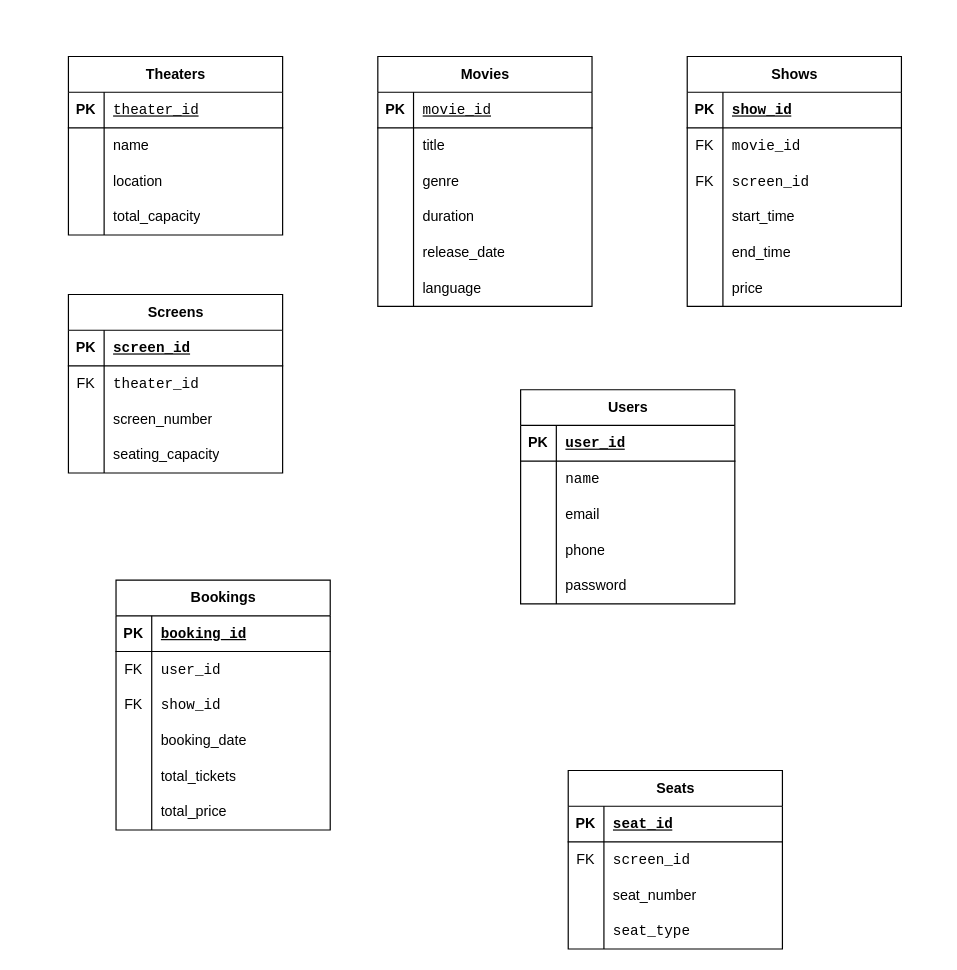
MdShijanAli/movie-ticket-booking-system keeps this draw.io diagram as Movie Ticket Management System.drawio. Above is the earlier version. Source tidied: cells renumbered, new cells numbered last; positions are measured from the earlier drawing's top-left corner, leaving out a move shared by most shapes. Both pictures are drawn from the tidied source at 119%, with x=0, y=0 at pixel (68, 56).
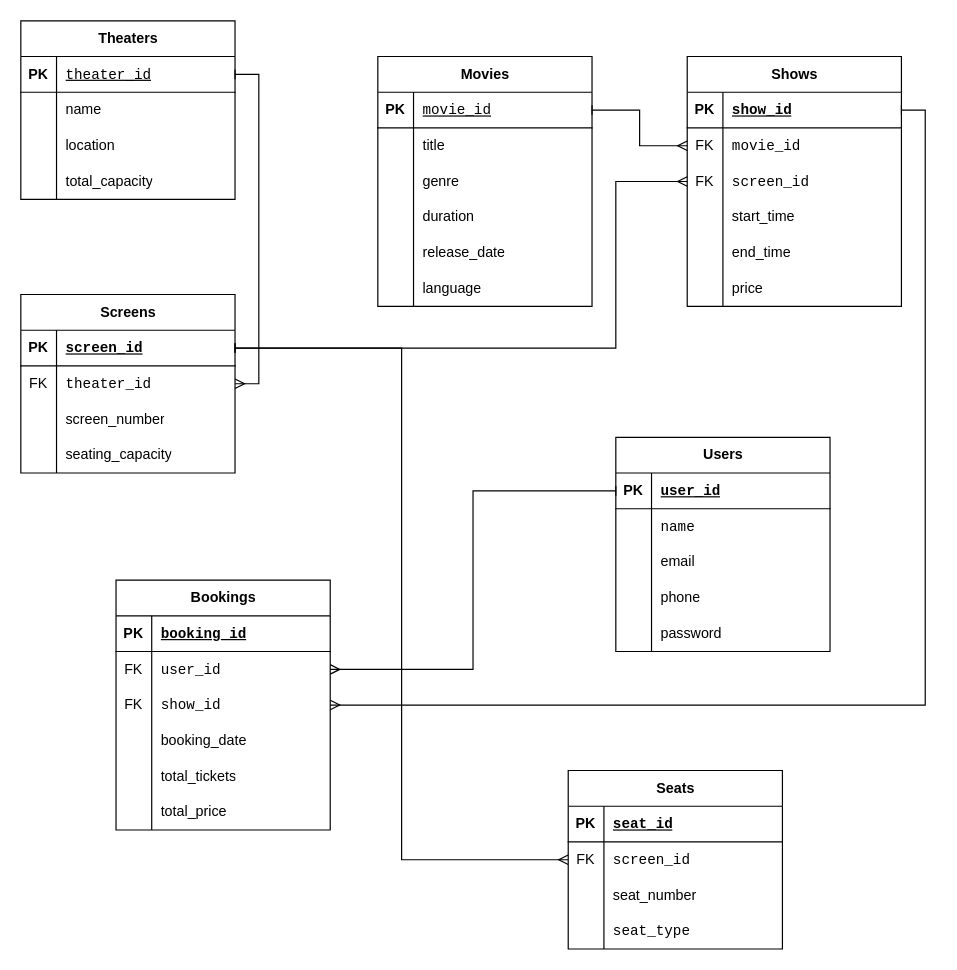
The same page after the edit.

Unchanged cells that the change refers to:
```xml
<mxCell id="3" style="shape=tableRow;horizontal=0;startSize=0;swimlaneHead=0;swimlaneBody=0;fillColor=none;points=[[0,0.5],[1,0.5]];portConstraint=eastwest;top=0;left=0;right=0;bottom=1;" parent="2" vertex="1">
  <mxGeometry y="30" width="180" height="30" as="geometry" />
</mxCell>
<mxCell id="22" style="shape=tableRow;horizontal=0;startSize=0;swimlaneHead=0;swimlaneBody=0;fillColor=none;points=[[0,0.5],[1,0.5]];portConstraint=eastwest;top=0;left=0;right=0;bottom=1;" parent="21" vertex="1">
  <mxGeometry y="30" width="180" height="30" as="geometry" />
</mxCell>
<mxCell id="35" style="shape=tableRow;horizontal=0;startSize=0;swimlaneHead=0;swimlaneBody=0;fillColor=none;points=[[0,0.5],[1,0.5]];portConstraint=eastwest;top=0;left=0;right=0;bottom=1;" parent="34" vertex="1">
  <mxGeometry y="30" width="180" height="30" as="geometry" />
</mxCell>
<mxCell id="38" style="shape=tableRow;horizontal=0;startSize=0;swimlaneHead=0;swimlaneBody=0;fillColor=none;points=[[0,0.5],[1,0.5]];portConstraint=eastwest;top=0;left=0;right=0;bottom=0;" parent="34" vertex="1">
  <mxGeometry y="60" width="180" height="30" as="geometry" />
</mxCell>
<mxCell id="48" style="shape=tableRow;horizontal=0;startSize=0;swimlaneHead=0;swimlaneBody=0;fillColor=none;points=[[0,0.5],[1,0.5]];portConstraint=eastwest;top=0;left=0;right=0;bottom=1;" parent="47" vertex="1">
  <mxGeometry y="30" width="180" height="30" as="geometry" />
</mxCell>
<mxCell id="51" style="shape=tableRow;horizontal=0;startSize=0;swimlaneHead=0;swimlaneBody=0;fillColor=none;points=[[0,0.5],[1,0.5]];portConstraint=eastwest;top=0;left=0;right=0;bottom=0;" parent="47" vertex="1">
  <mxGeometry y="60" width="180" height="30" as="geometry" />
</mxCell>
<mxCell id="54" style="shape=tableRow;horizontal=0;startSize=0;swimlaneHead=0;swimlaneBody=0;fillColor=none;points=[[0,0.5],[1,0.5]];portConstraint=eastwest;top=0;left=0;right=0;bottom=0;" parent="47" vertex="1">
  <mxGeometry y="90" width="180" height="30" as="geometry" />
</mxCell>
<mxCell id="67" style="shape=tableRow;horizontal=0;startSize=0;swimlaneHead=0;swimlaneBody=0;fillColor=none;points=[[0,0.5],[1,0.5]];portConstraint=eastwest;top=0;left=0;right=0;bottom=1;" parent="66" vertex="1">
  <mxGeometry y="30" width="180" height="30" as="geometry" />
</mxCell>
<mxCell id="86" style="shape=tableRow;horizontal=0;startSize=0;swimlaneHead=0;swimlaneBody=0;fillColor=none;points=[[0,0.5],[1,0.5]];portConstraint=eastwest;top=0;left=0;right=0;bottom=0;" parent="82" vertex="1">
  <mxGeometry y="60" width="180" height="30" as="geometry" />
</mxCell>
<mxCell id="89" style="shape=tableRow;horizontal=0;startSize=0;swimlaneHead=0;swimlaneBody=0;fillColor=none;points=[[0,0.5],[1,0.5]];portConstraint=eastwest;top=0;left=0;right=0;bottom=0;" parent="82" vertex="1">
  <mxGeometry y="90" width="180" height="30" as="geometry" />
</mxCell>
<mxCell id="105" style="shape=tableRow;horizontal=0;startSize=0;swimlaneHead=0;swimlaneBody=0;fillColor=none;points=[[0,0.5],[1,0.5]];portConstraint=eastwest;top=0;left=0;right=0;bottom=0;" parent="101" vertex="1">
  <mxGeometry y="60" width="180" height="30" as="geometry" />
</mxCell>
```

What changed in the source:
```diff
@@
     <mxCell id="21" value="Theaters" style="shape=table;startSize=30;childLayout=tableLayout;rowLines=0;fontStyle=1;align=center;html=1;" parent="1" vertex="1">
-      <mxGeometry width="180" height="150" as="geometry" />
+      <mxGeometry x="-40" y="-30" width="180" height="150" as="geometry" />
     </mxCell>
@@
     <mxCell id="34" value="Screens" style="shape=table;startSize=30;childLayout=tableLayout;rowLines=0;fontStyle=1;align=center;html=1;" parent="1" vertex="1">
-      <mxGeometry y="200" width="180" height="150" as="geometry" />
+      <mxGeometry x="-40" y="200" width="180" height="150" as="geometry" />
     </mxCell>
@@
     <mxCell id="66" value="Users" style="shape=table;startSize=30;childLayout=tableLayout;rowLines=0;fontStyle=1;align=center;html=1;" parent="1" vertex="1">
-      <mxGeometry x="380" y="280" width="180" height="180" as="geometry" />
+      <mxGeometry x="460" y="320" width="180" height="180" as="geometry" />
     </mxCell>
@@
+    <mxCell id="114" style="edgeStyle=orthogonalEdgeStyle;rounded=0;jettySize=auto;html=1;startArrow=baseDash;startFill=0;endArrow=ERmany;endFill=0;entryX=1;entryY=0.5;entryDx=0;entryDy=0;exitX=1;exitY=0.5;exitDx=0;exitDy=0;" parent="1" edge="1" source="22" target="38">
+      <mxGeometry relative="1" as="geometry" />
+    </mxCell>
+    <mxCell id="115" style="edgeStyle=orthogonalEdgeStyle;rounded=0;jettySize=auto;html=1;exitX=1;exitY=0.5;exitDx=0;exitDy=0;startArrow=baseDash;startFill=0;endArrow=ERmany;endFill=0;" parent="1" edge="1" source="3" target="51">
+      <mxGeometry relative="1" as="geometry" />
+    </mxCell>
+    <mxCell id="116" style="edgeStyle=orthogonalEdgeStyle;rounded=0;jettySize=auto;html=1;exitX=1;exitY=0.5;exitDx=0;exitDy=0;entryX=0;entryY=0.5;entryDx=0;entryDy=0;startArrow=baseDash;startFill=0;endArrow=ERmany;endFill=0;" parent="1" edge="1" source="35" target="54">
+      <mxGeometry relative="1" as="geometry">
+        <Array as="points">
+          <mxPoint x="460" y="245" />
+          <mxPoint x="460" y="105" />
+        </Array>
+      </mxGeometry>
+    </mxCell>
+    <mxCell id="117" style="edgeStyle=orthogonalEdgeStyle;rounded=0;jettySize=auto;html=1;exitX=0;exitY=0.5;exitDx=0;exitDy=0;entryX=1;entryY=0.5;entryDx=0;entryDy=0;startArrow=baseDash;startFill=0;endArrow=ERmany;endFill=0;" parent="1" edge="1" source="67" target="86">
+      <mxGeometry relative="1" as="geometry" />
+    </mxCell>
+    <mxCell id="118" style="edgeStyle=orthogonalEdgeStyle;rounded=0;jettySize=auto;html=1;exitX=1;exitY=0.5;exitDx=0;exitDy=0;entryX=1;entryY=0.5;entryDx=0;entryDy=0;startArrow=ERmany;startFill=0;endArrow=baseDash;endFill=0;" parent="1" edge="1" source="89" target="48">
+      <mxGeometry relative="1" as="geometry" />
+    </mxCell>
+    <mxCell id="119" style="edgeStyle=orthogonalEdgeStyle;rounded=0;jettySize=auto;html=1;entryX=0;entryY=0.5;entryDx=0;entryDy=0;startArrow=baseDash;startFill=0;endArrow=ERmany;endFill=0;exitX=1;exitY=0.5;exitDx=0;exitDy=0;" parent="1" edge="1" source="35" target="105">
+      <mxGeometry relative="1" as="geometry" />
+    </mxCell>
```
